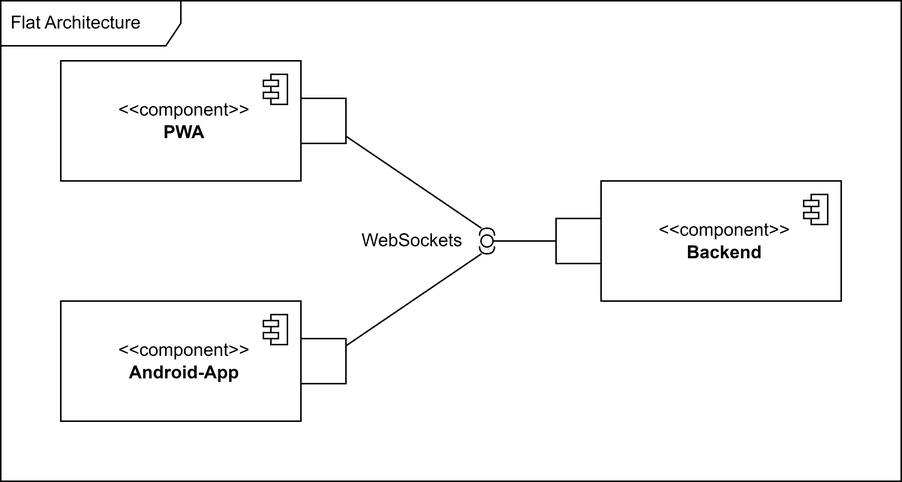
flyndre/Flat keeps this draw.io diagram as docs/assets/architecture.drawio.png. Above is the earlier version. Source tidied: cells renumbered, new cells last; positions are measured from the earlier drawing's top-left corner, leaving out a move shared by most shapes.
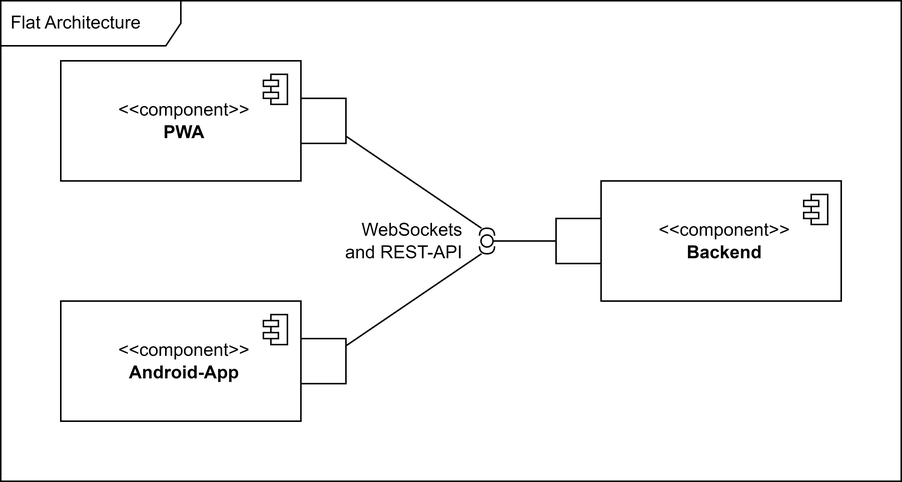
After the change.

The edit, as a diff of the source:
```diff
@@ -65,7 +65,7 @@
     <mxCell id="20" style="ellipse;html=1;fontSize=11;align=center;fillColor=none;points=[];verticalAlign=bottom;labelPosition=center;verticalLabelPosition=top;flipH=1;" parent="1" vertex="1">
       <mxGeometry x="320" y="156" width="8" height="8" as="geometry" />
     </mxCell>
-    <mxCell id="21" value="WebSockets" style="text;html=1;strokeColor=none;fillColor=none;align=right;verticalAlign=middle;whiteSpace=wrap;rounded=0;" parent="1" vertex="1">
+    <mxCell id="21" value="WebSockets&lt;br&gt;and REST-API" style="text;html=1;strokeColor=none;fillColor=none;align=right;verticalAlign=middle;whiteSpace=wrap;rounded=0;" parent="1" vertex="1">
       <mxGeometry x="200" y="145" width="110" height="30" as="geometry" />
     </mxCell>
   </root>
```
